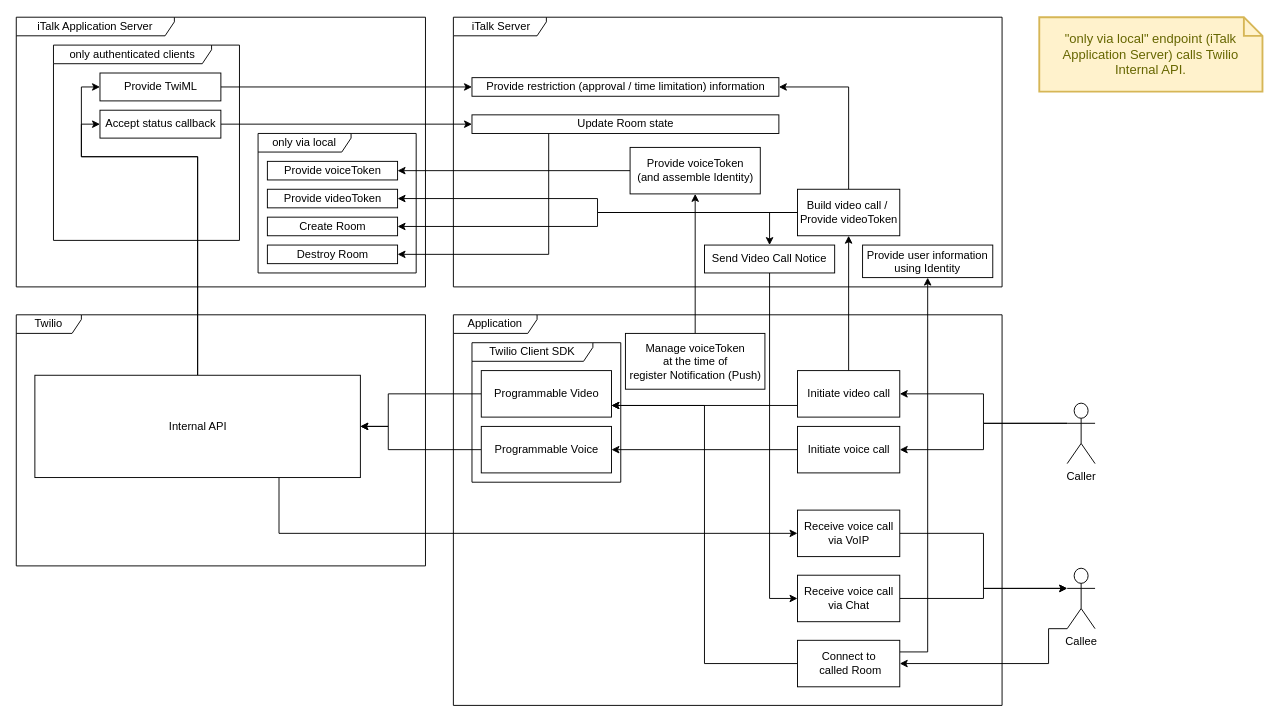
KazuyukiHongo/codecheck-30520 keeps this draw.io diagram as Untitled Diagram.drawio. Above is the earlier version. Source tidied: cells renumbered, new cells numbered last; positions are measured from the earlier drawing's top-left corner, leaving out a move shared by most shapes. Both pictures are drawn from the tidied source at 93%, with x=0, y=0 at pixel (16, 17).
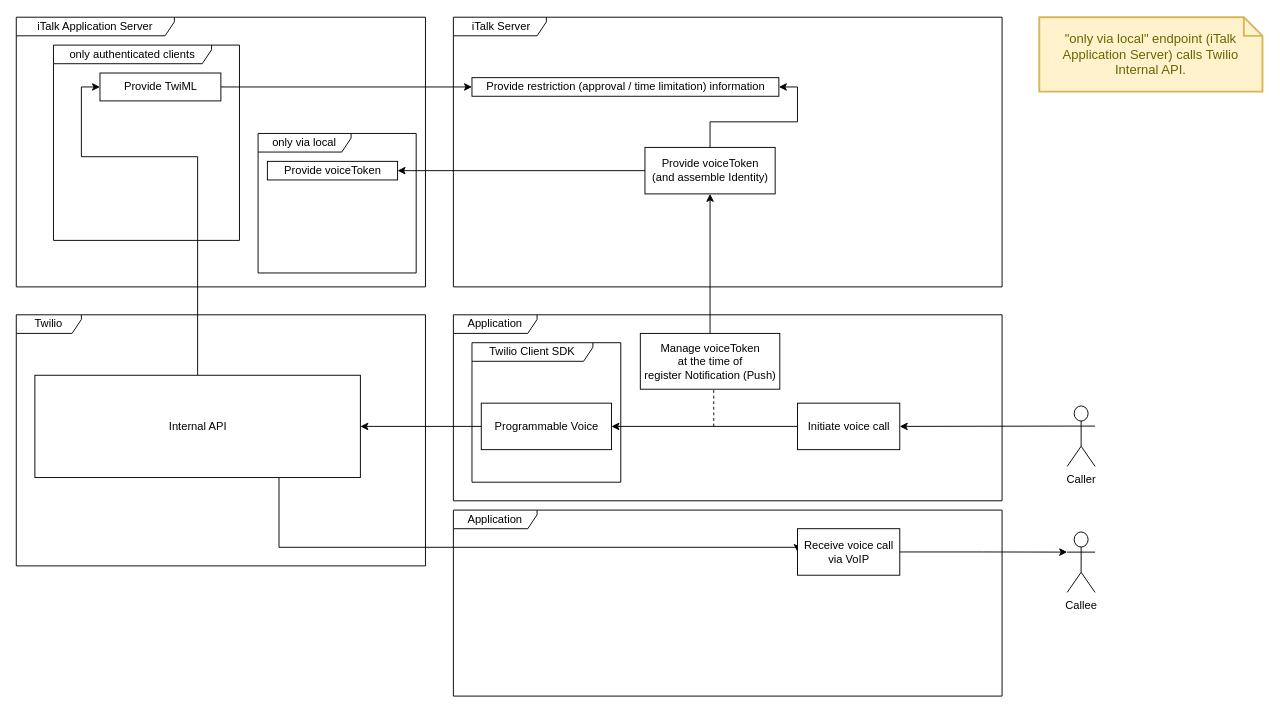
The same diagram, later.

The change refers to these unchanged cells:
```xml
<mxCell id="14" value="Internal API" style="html=1;" parent="1" vertex="1">
  <mxGeometry x="20" y="385" width="350" height="110" as="geometry" />
</mxCell>
<mxCell id="21" value="Provide restriction (approval / time limitation) information" style="html=1;gradientColor=#ffffff;" parent="1" vertex="1">
  <mxGeometry x="490" y="65" width="330" height="20" as="geometry" />
</mxCell>
```

What changed in the source:
```diff
@@
+    <mxCell id="58" value="Application" style="shape=umlFrame;whiteSpace=wrap;html=1;width=90;height=20;" parent="1" vertex="1">
+      <mxGeometry x="470" y="530" width="590" height="200" as="geometry" />
+    </mxCell>
@@
     <mxCell id="5" value="Application" style="shape=umlFrame;whiteSpace=wrap;html=1;width=90;height=20;" parent="1" vertex="1">
-      <mxGeometry x="470" y="320" width="590" height="420" as="geometry" />
+      <mxGeometry x="470" y="320" width="590" height="200" as="geometry" />
     </mxCell>
@@
-    <mxCell id="7" style="edgeStyle=orthogonalEdgeStyle;rounded=0;html=1;exitX=0;exitY=0.5;entryX=1;entryY=0.5;jettySize=auto;" parent="1" edge="1" source="8" target="14">
-      <mxGeometry relative="1" as="geometry">
-        <Array as="points">
-          <mxPoint x="400" y="405" />
-          <mxPoint x="400" y="440" />
-        </Array>
-      </mxGeometry>
-    </mxCell>
-    <mxCell id="8" value="Programmable Video" style="html=1;" parent="1" vertex="1">
-      <mxGeometry x="500" y="380" width="140" height="50" as="geometry" />
-    </mxCell>
     <mxCell id="9" style="edgeStyle=orthogonalEdgeStyle;rounded=0;html=1;exitX=0;exitY=0.5;entryX=1;entryY=0.5;jettySize=auto;" parent="1" edge="1" source="10" target="14">
       <mxGeometry relative="1" as="geometry">
         <Array as="points">
-          <mxPoint x="400" y="465" />
-          <mxPoint x="400" y="440" />
+          <mxPoint x="500" y="440" />
         </Array>
       </mxGeometry>
     </mxCell>
     <mxCell id="10" value="Programmable Voice" style="html=1;" parent="1" vertex="1">
-      <mxGeometry x="500" y="440" width="140" height="50" as="geometry" />
+      <mxGeometry x="500" y="415" width="140" height="50" as="geometry" />
     </mxCell>
     <mxCell id="11" style="edgeStyle=orthogonalEdgeStyle;rounded=0;html=1;exitX=0.75;exitY=1;entryX=0;entryY=0.5;jettySize=auto;" parent="1" edge="1" source="14" target="44">
-      <mxGeometry relative="1" as="geometry" />
+      <mxGeometry relative="1" as="geometry">
+        <Array as="points">
+          <mxPoint x="283" y="570" />
+          <mxPoint x="840" y="570" />
+        </Array>
+      </mxGeometry>
     </mxCell>
@@
-    <mxCell id="13" style="edgeStyle=orthogonalEdgeStyle;rounded=0;html=1;exitX=0.5;exitY=0;entryX=0;entryY=0.5;jettySize=auto;" parent="1" edge="1" source="14" target="25">
-      <mxGeometry relative="1" as="geometry">
-        <Array as="points">
-          <mxPoint x="195" y="150" />
-          <mxPoint x="70" y="150" />
-          <mxPoint x="70" y="115" />
-        </Array>
-      </mxGeometry>
-    </mxCell>
@@
-    <mxCell id="18" value="Provide videoToken" style="html=1;" parent="1" vertex="1">
-      <mxGeometry x="270" y="185" width="140" height="20" as="geometry" />
-    </mxCell>
-    <mxCell id="19" value="Create Room" style="html=1;" parent="1" vertex="1">
-      <mxGeometry x="270" y="215" width="140" height="20" as="geometry" />
-    </mxCell>
-    <mxCell id="20" value="Destroy Room" style="html=1;" parent="1" vertex="1">
-      <mxGeometry x="270" y="245" width="140" height="20" as="geometry" />
-    </mxCell>
@@
-    <mxCell id="24" style="edgeStyle=orthogonalEdgeStyle;rounded=0;html=1;exitX=1;exitY=0.5;entryX=0;entryY=0.5;jettySize=auto;" parent="1" edge="1" source="25" target="53">
-      <mxGeometry relative="1" as="geometry" />
-    </mxCell>
-    <mxCell id="25" value="Accept status callback" style="html=1;" parent="1" vertex="1">
-      <mxGeometry x="90" y="100" width="130" height="30" as="geometry" />
-    </mxCell>
-    <mxCell id="26" style="edgeStyle=orthogonalEdgeStyle;rounded=0;html=1;exitX=0;exitY=0.3333333333333333;exitPerimeter=0;entryX=1;entryY=0.5;jettySize=auto;" parent="1" edge="1" source="28" target="31">
-      <mxGeometry relative="1" as="geometry" />
-    </mxCell>
     <mxCell id="27" style="edgeStyle=orthogonalEdgeStyle;rounded=0;html=1;exitX=0;exitY=0.3333333333333333;exitPerimeter=0;entryX=1;entryY=0.5;jettySize=auto;" parent="1" edge="1" source="28" target="33">
-      <mxGeometry relative="1" as="geometry" />
+      <mxGeometry relative="1" as="geometry">
+        <Array as="points">
+          <mxPoint x="1130" y="440" />
+        </Array>
+      </mxGeometry>
     </mxCell>
     <mxCell id="28" value="Caller" style="shape=umlActor;verticalLabelPosition=bottom;labelBackgroundColor=#ffffff;verticalAlign=top;html=1;outlineConnect=0;" parent="1" vertex="1">
-      <mxGeometry x="1130" y="415" width="30" height="65" as="geometry" />
+      <mxGeometry x="1130" y="418" width="30" height="65" as="geometry" />
     </mxCell>
-    <mxCell id="29" style="edgeStyle=orthogonalEdgeStyle;rounded=0;html=1;exitX=0.5;exitY=0;entryX=0.5;entryY=1;jettySize=auto;" parent="1" edge="1" source="31" target="38">
-      <mxGeometry relative="1" as="geometry" />
-    </mxCell>
-    <mxCell id="30" style="edgeStyle=orthogonalEdgeStyle;rounded=0;html=1;exitX=0;exitY=0.75;entryX=1;entryY=0.75;jettySize=auto;" parent="1" edge="1" source="31" target="8">
-      <mxGeometry relative="1" as="geometry" />
-    </mxCell>
-    <mxCell id="31" value="Initiate video call" style="html=1;" parent="1" vertex="1">
-      <mxGeometry x="840" y="380" width="110" height="50" as="geometry" />
-    </mxCell>
@@
     <mxCell id="33" value="Initiate voice call" style="html=1;" parent="1" vertex="1">
-      <mxGeometry x="840" y="440" width="110" height="50" as="geometry" />
+      <mxGeometry x="840" y="415" width="110" height="50" as="geometry" />
     </mxCell>
-    <mxCell id="34" style="edgeStyle=orthogonalEdgeStyle;rounded=0;html=1;exitX=0.5;exitY=0;entryX=1;entryY=0.5;jettySize=auto;" parent="1" edge="1" source="38" target="21">
+    <mxCell id="34" style="edgeStyle=orthogonalEdgeStyle;rounded=0;html=1;entryX=1;entryY=0.5;jettySize=auto;" parent="1" edge="1" source="42" target="21">
       <mxGeometry relative="1" as="geometry" />
     </mxCell>
-    <mxCell id="35" style="edgeStyle=orthogonalEdgeStyle;rounded=0;html=1;exitX=0;exitY=0.5;entryX=1;entryY=0.5;jettySize=auto;" parent="1" edge="1" source="38" target="18">
-      <mxGeometry relative="1" as="geometry" />
-    </mxCell>
-    <mxCell id="36" style="edgeStyle=orthogonalEdgeStyle;rounded=0;html=1;exitX=0;exitY=0.5;entryX=1;entryY=0.5;jettySize=auto;" parent="1" edge="1" source="38" target="19">
-      <mxGeometry relative="1" as="geometry" />
-    </mxCell>
-    <mxCell id="37" style="edgeStyle=orthogonalEdgeStyle;rounded=0;html=1;exitX=0;exitY=0.5;entryX=0.5;entryY=0;jettySize=auto;" parent="1" edge="1" source="38" target="55">
-      <mxGeometry relative="1" as="geometry" />
-    </mxCell>
-    <mxCell id="38" value="Build video call /&amp;nbsp;&lt;br&gt;Provide videoToken&lt;br&gt;" style="html=1;" parent="1" vertex="1">
-      <mxGeometry x="840" y="185" width="110" height="50" as="geometry" />
-    </mxCell>
@@
     <mxCell id="40" value="Manage voiceToken&lt;br&gt;&amp;nbsp;at the time of&amp;nbsp;&lt;br&gt;register Notification (Push)&lt;br&gt;" style="html=1;" parent="1" vertex="1">
-      <mxGeometry x="655" y="340" width="150" height="60" as="geometry" />
+      <mxGeometry x="671" y="340" width="150" height="60" as="geometry" />
     </mxCell>
@@
     <mxCell id="42" value="Provide voiceToken&lt;br&gt;(and assemble Identity)&lt;br&gt;" style="html=1;" parent="1" vertex="1">
-      <mxGeometry x="660" y="140" width="140" height="50" as="geometry" />
+      <mxGeometry x="676" y="140" width="140" height="50" as="geometry" />
     </mxCell>
@@
     <mxCell id="44" value="Receive voice call&lt;br&gt;via VoIP&lt;br&gt;" style="html=1;" parent="1" vertex="1">
-      <mxGeometry x="840" y="530" width="110" height="50" as="geometry" />
+      <mxGeometry x="840" y="550" width="110" height="50" as="geometry" />
     </mxCell>
-    <mxCell id="45" style="edgeStyle=orthogonalEdgeStyle;rounded=0;html=1;exitX=0;exitY=1;exitPerimeter=0;entryX=1;entryY=0.5;jettySize=auto;" parent="1" edge="1" source="46" target="51">
-      <mxGeometry relative="1" as="geometry">
-        <Array as="points">
-          <mxPoint x="1110" y="658" />
-          <mxPoint x="1110" y="695" />
-        </Array>
-      </mxGeometry>
-    </mxCell>
     <mxCell id="46" value="Callee&lt;br&gt;&lt;br&gt;" style="shape=umlActor;verticalLabelPosition=bottom;labelBackgroundColor=#ffffff;verticalAlign=top;html=1;outlineConnect=0;" parent="1" vertex="1">
-      <mxGeometry x="1130" y="592.5" width="30" height="65" as="geometry" />
+      <mxGeometry x="1130" y="553.5" width="30" height="65" as="geometry" />
     </mxCell>
-    <mxCell id="47" style="edgeStyle=orthogonalEdgeStyle;rounded=0;html=1;exitX=1;exitY=0.5;entryX=0;entryY=0.3333333333333333;entryPerimeter=0;jettySize=auto;" parent="1" edge="1" source="48" target="46">
-      <mxGeometry relative="1" as="geometry" />
-    </mxCell>
-    <mxCell id="48" value="Receive voice call&lt;br&gt;via Chat" style="html=1;" parent="1" vertex="1">
-      <mxGeometry x="840" y="600" width="110" height="50" as="geometry" />
-    </mxCell>
-    <mxCell id="49" style="edgeStyle=orthogonalEdgeStyle;rounded=0;html=1;exitX=0;exitY=0.5;entryX=1;entryY=0.75;jettySize=auto;" parent="1" edge="1" source="51" target="8">
-      <mxGeometry relative="1" as="geometry" />
-    </mxCell>
-    <mxCell id="50" style="edgeStyle=orthogonalEdgeStyle;rounded=0;html=1;exitX=1;exitY=0.25;entryX=0.5;entryY=1;jettySize=auto;" parent="1" edge="1" source="51" target="56">
-      <mxGeometry relative="1" as="geometry" />
-    </mxCell>
-    <mxCell id="51" value="Connect to&lt;br&gt;&amp;nbsp;called Room" style="html=1;" parent="1" vertex="1">
-      <mxGeometry x="840" y="670" width="110" height="50" as="geometry" />
-    </mxCell>
-    <mxCell id="52" style="edgeStyle=orthogonalEdgeStyle;rounded=0;html=1;exitX=0.25;exitY=1;entryX=1;entryY=0.5;jettySize=auto;" parent="1" edge="1" source="53" target="20">
-      <mxGeometry relative="1" as="geometry" />
-    </mxCell>
-    <mxCell id="53" value="Update Room state" style="html=1;gradientColor=#ffffff;" parent="1" vertex="1">
-      <mxGeometry x="490" y="105" width="330" height="20" as="geometry" />
-    </mxCell>
-    <mxCell id="54" style="edgeStyle=orthogonalEdgeStyle;rounded=0;html=1;exitX=0.5;exitY=1;entryX=0;entryY=0.5;jettySize=auto;" parent="1" edge="1" source="55" target="48">
-      <mxGeometry relative="1" as="geometry" />
-    </mxCell>
-    <mxCell id="55" value="Send Video Call Notice" style="rounded=0;whiteSpace=wrap;html=1;" parent="1" vertex="1">
-      <mxGeometry x="740" y="245" width="140" height="30" as="geometry" />
-    </mxCell>
-    <mxCell id="56" value="Provide user information using Identity" style="rounded=0;whiteSpace=wrap;html=1;" parent="1" vertex="1">
-      <mxGeometry x="910" y="245" width="140" height="35" as="geometry" />
-    </mxCell>
@@
+    <mxCell id="59" style="endArrow=none;dashed=1;html=1;" parent="1" edge="1">
+      <mxGeometry relative="1" as="geometry">
+        <mxPoint x="750" y="440" as="sourcePoint" />
+        <mxPoint x="750" y="400" as="targetPoint" />
+      </mxGeometry>
+    </mxCell>
```
